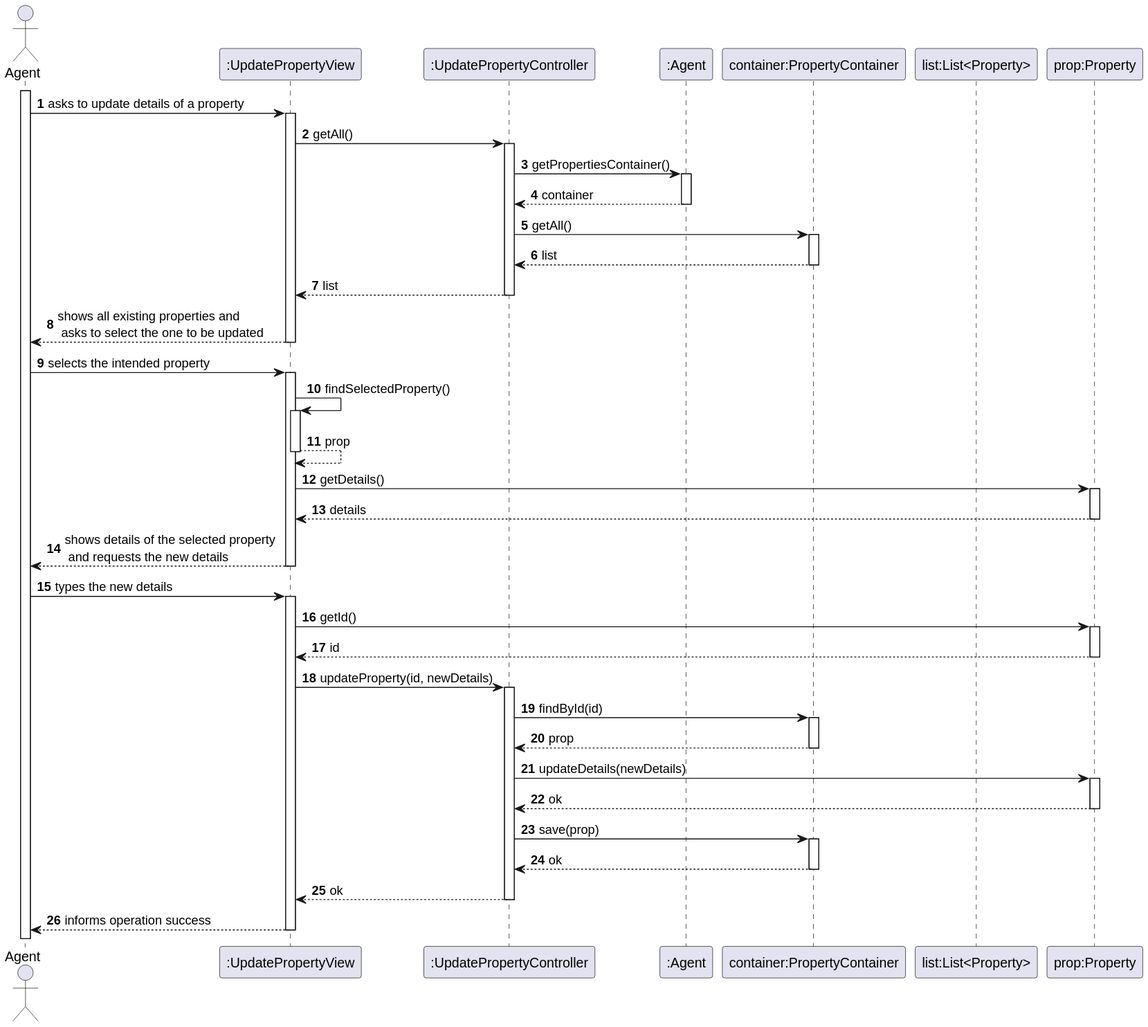
Earlier version of the PlantUML export docs/Sprint3/US40/US40-SD.svg (goncalomaia18/leti-esoft-24-25-A2).
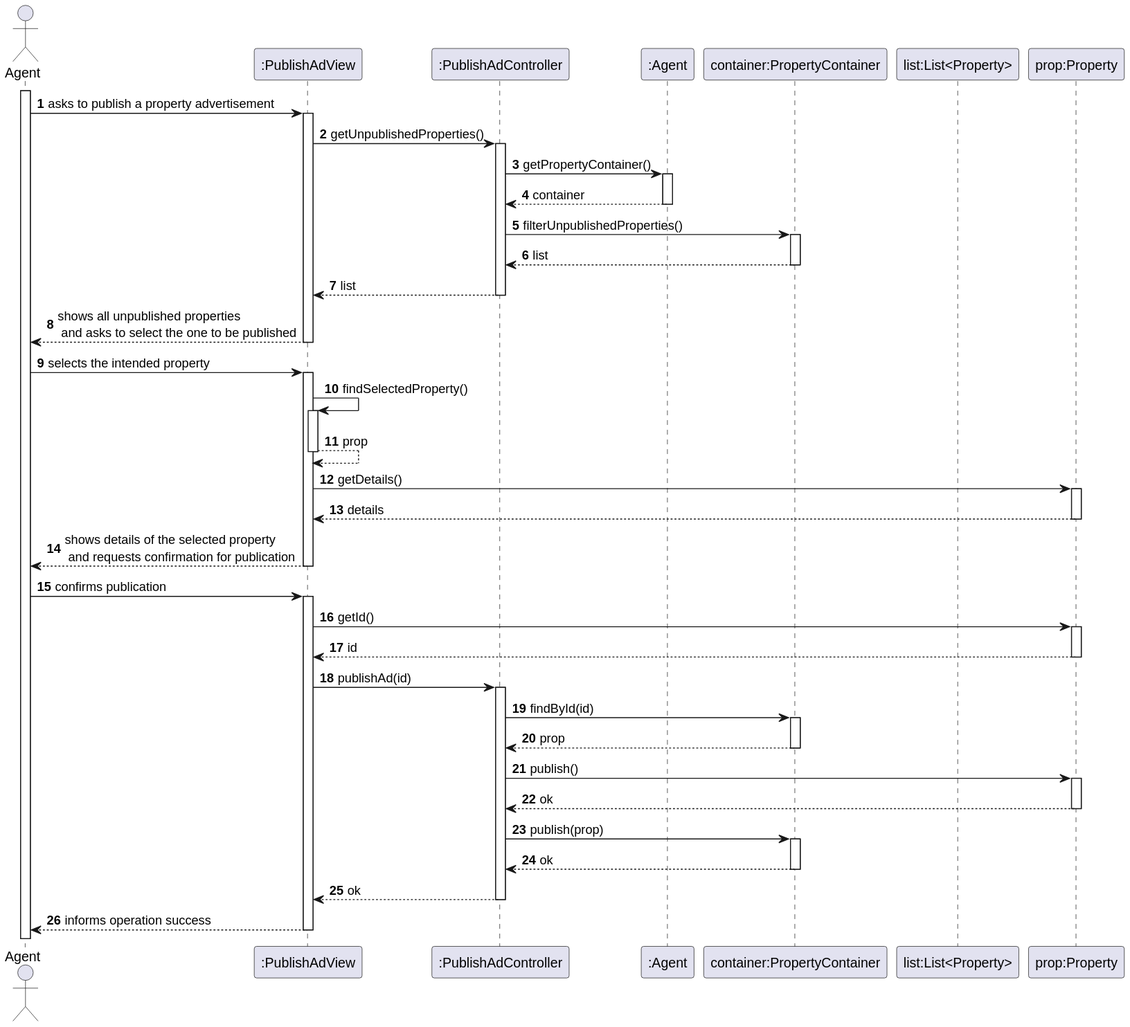
Later version of the same file.

Diff of the diagram source:
```diff
@@ -4,8 +4,8 @@
 autonumber
 
 actor "Agent" as User
-participant ":UpdatePropertyView" as System
-participant ":UpdatePropertyController" as Ctrl
+participant ":PublishAdView" as System
+participant ":PublishAdController" as Ctrl
 participant ":Agent" as Agent
 participant "container:PropertyContainer" as Container
 participant "list:List<Property>" as List
@@ -13,31 +13,31 @@
 
 activate User
 
-User -> System: asks to update details of a property
-System -> Ctrl: getAll()
-Ctrl -> Agent: getPropertiesContainer()
+User -> System: asks to publish a property advertisement
+System -> Ctrl: getUnpublishedProperties()
+Ctrl -> Agent: getPropertyContainer()
 Agent --> Ctrl: container
-Ctrl -> Container: getAll()
+Ctrl -> Container: filterUnpublishedProperties()
 Container --> Ctrl: list
 Ctrl --> System: list
-System --> User: shows all existing properties and \n asks to select the one to be updated
+System --> User: shows all unpublished properties \n and asks to select the one to be published
 
 User -> System: selects the intended property
 System -> System: findSelectedProperty()
 System --> System: prop
 System -> Property: getDetails()
 Property --> System: details
-System --> User: shows details of the selected property \n and requests the new details
+System --> User: shows details of the selected property \n and requests confirmation for publication
 
-User -> System: types the new details
+User -> System: confirms publication
 System -> Property: getId()
 Property --> System: id
-System -> Ctrl:updateProperty(id, newDetails)
+System -> Ctrl: publishAd(id)
 Ctrl -> Container: findById(id)
 Container --> Ctrl: prop
-Ctrl -> Property: updateDetails(newDetails)
-Property --> Ctrl : ok
-Ctrl -> Container: save(prop)
+Ctrl -> Property: publish()
+Property --> Ctrl: ok
+Ctrl -> Container: publish(prop)
 Container --> Ctrl: ok
 Ctrl --> System: ok
 System --> User: informs operation success
```
